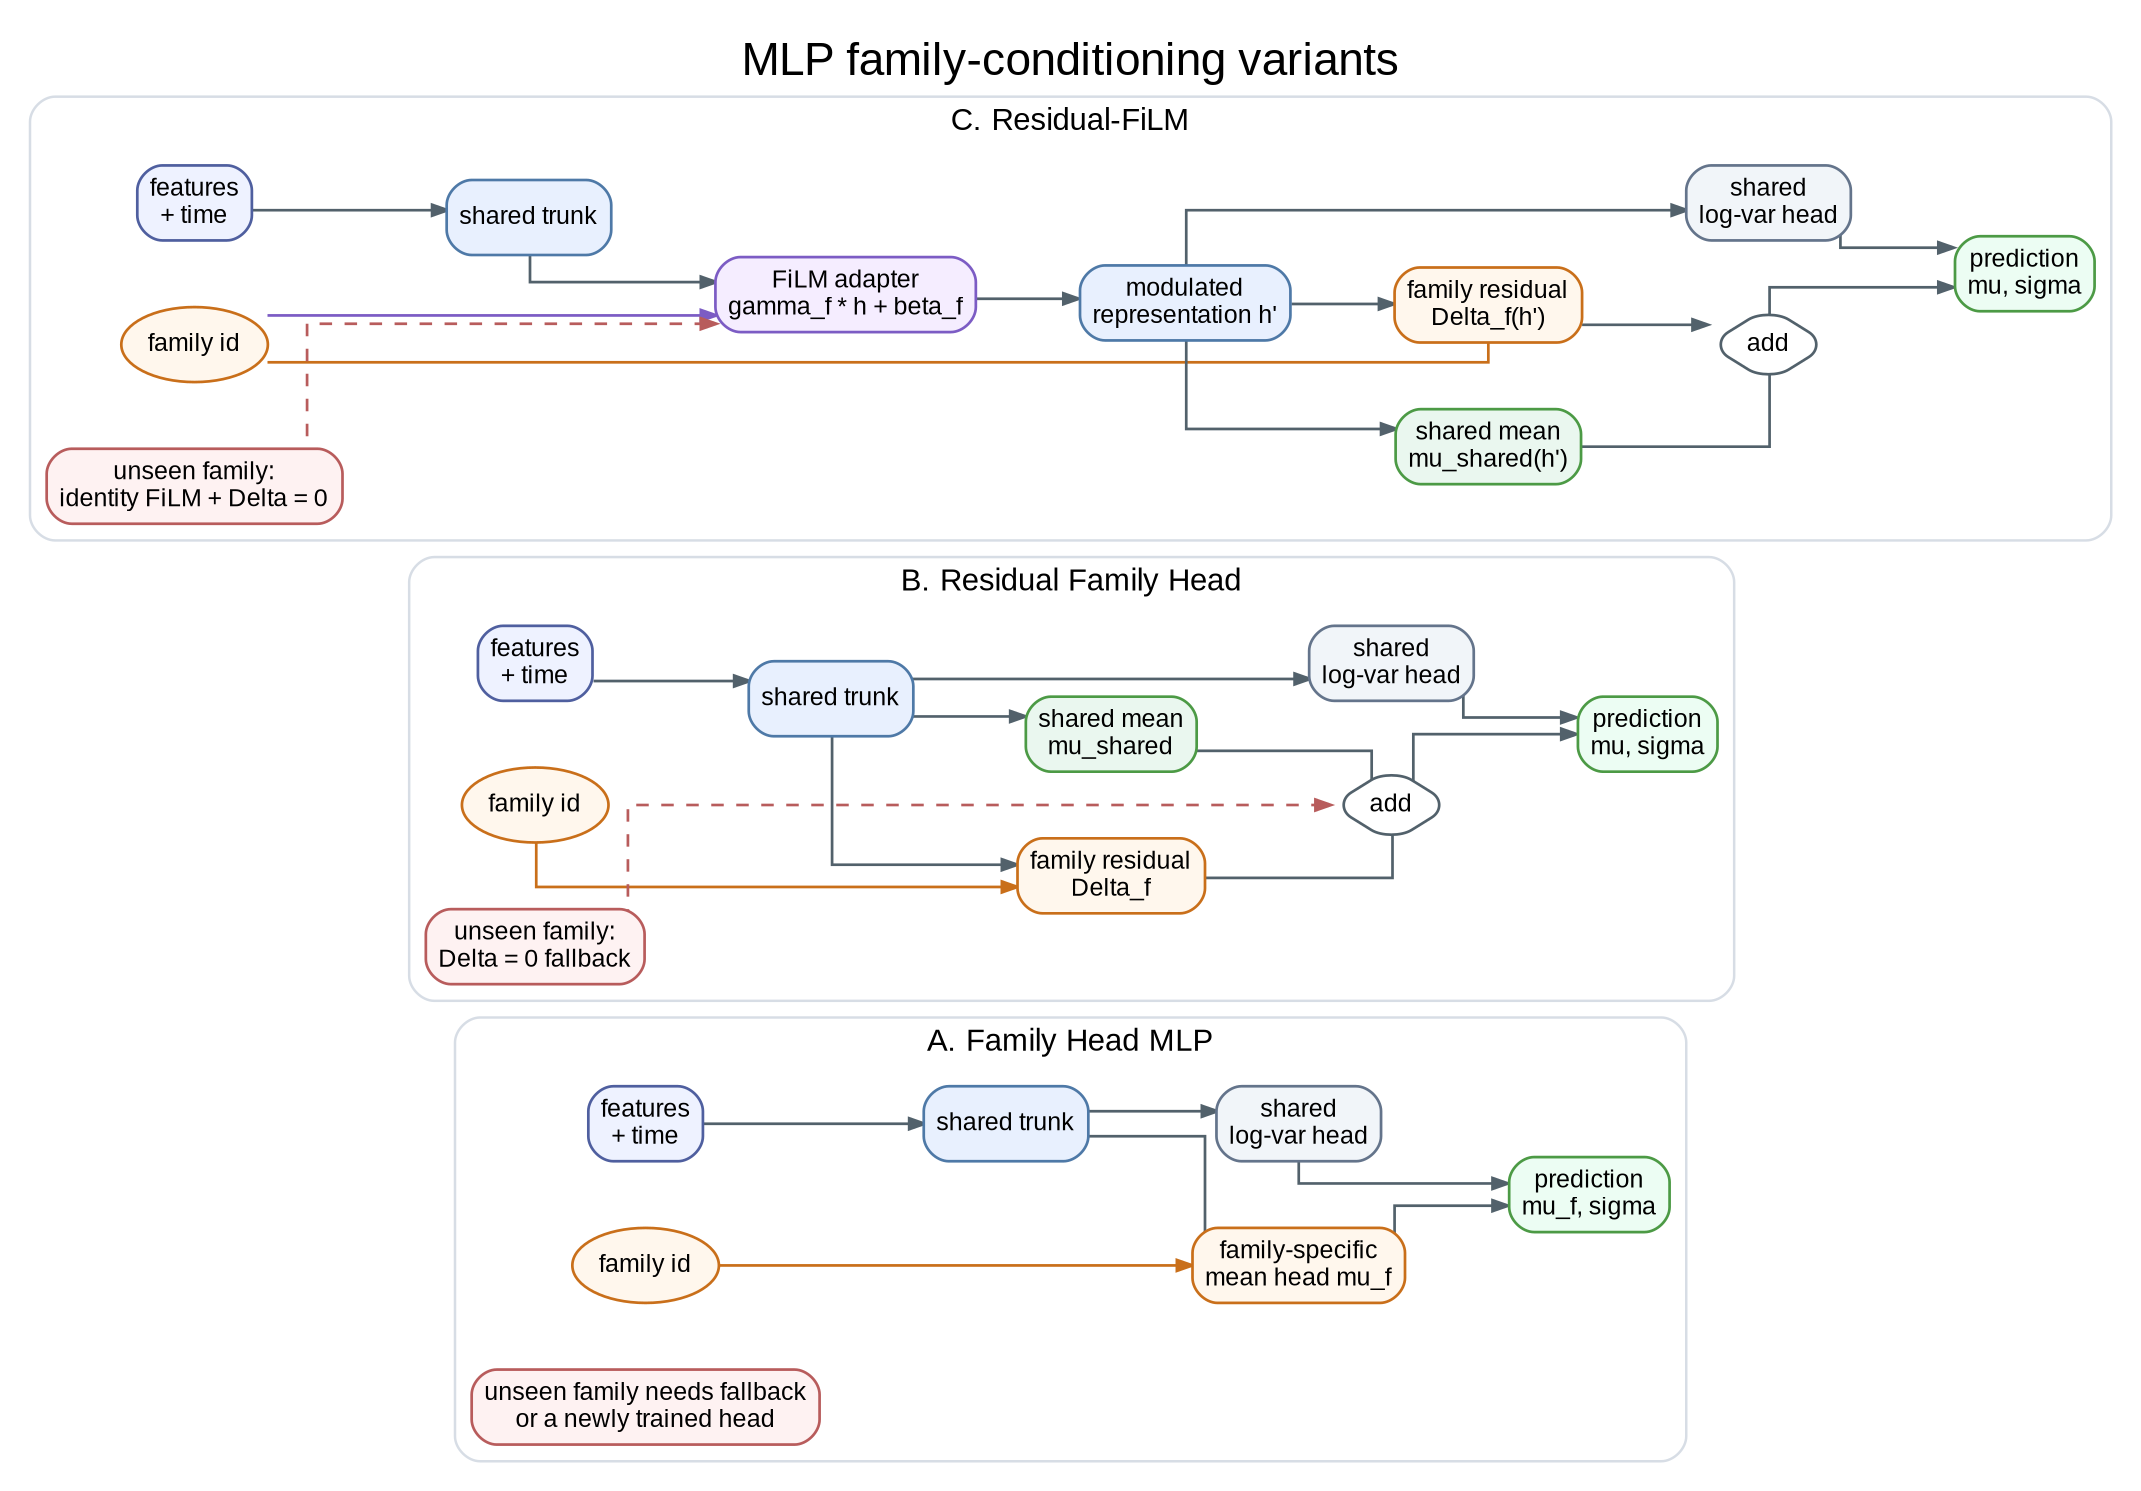
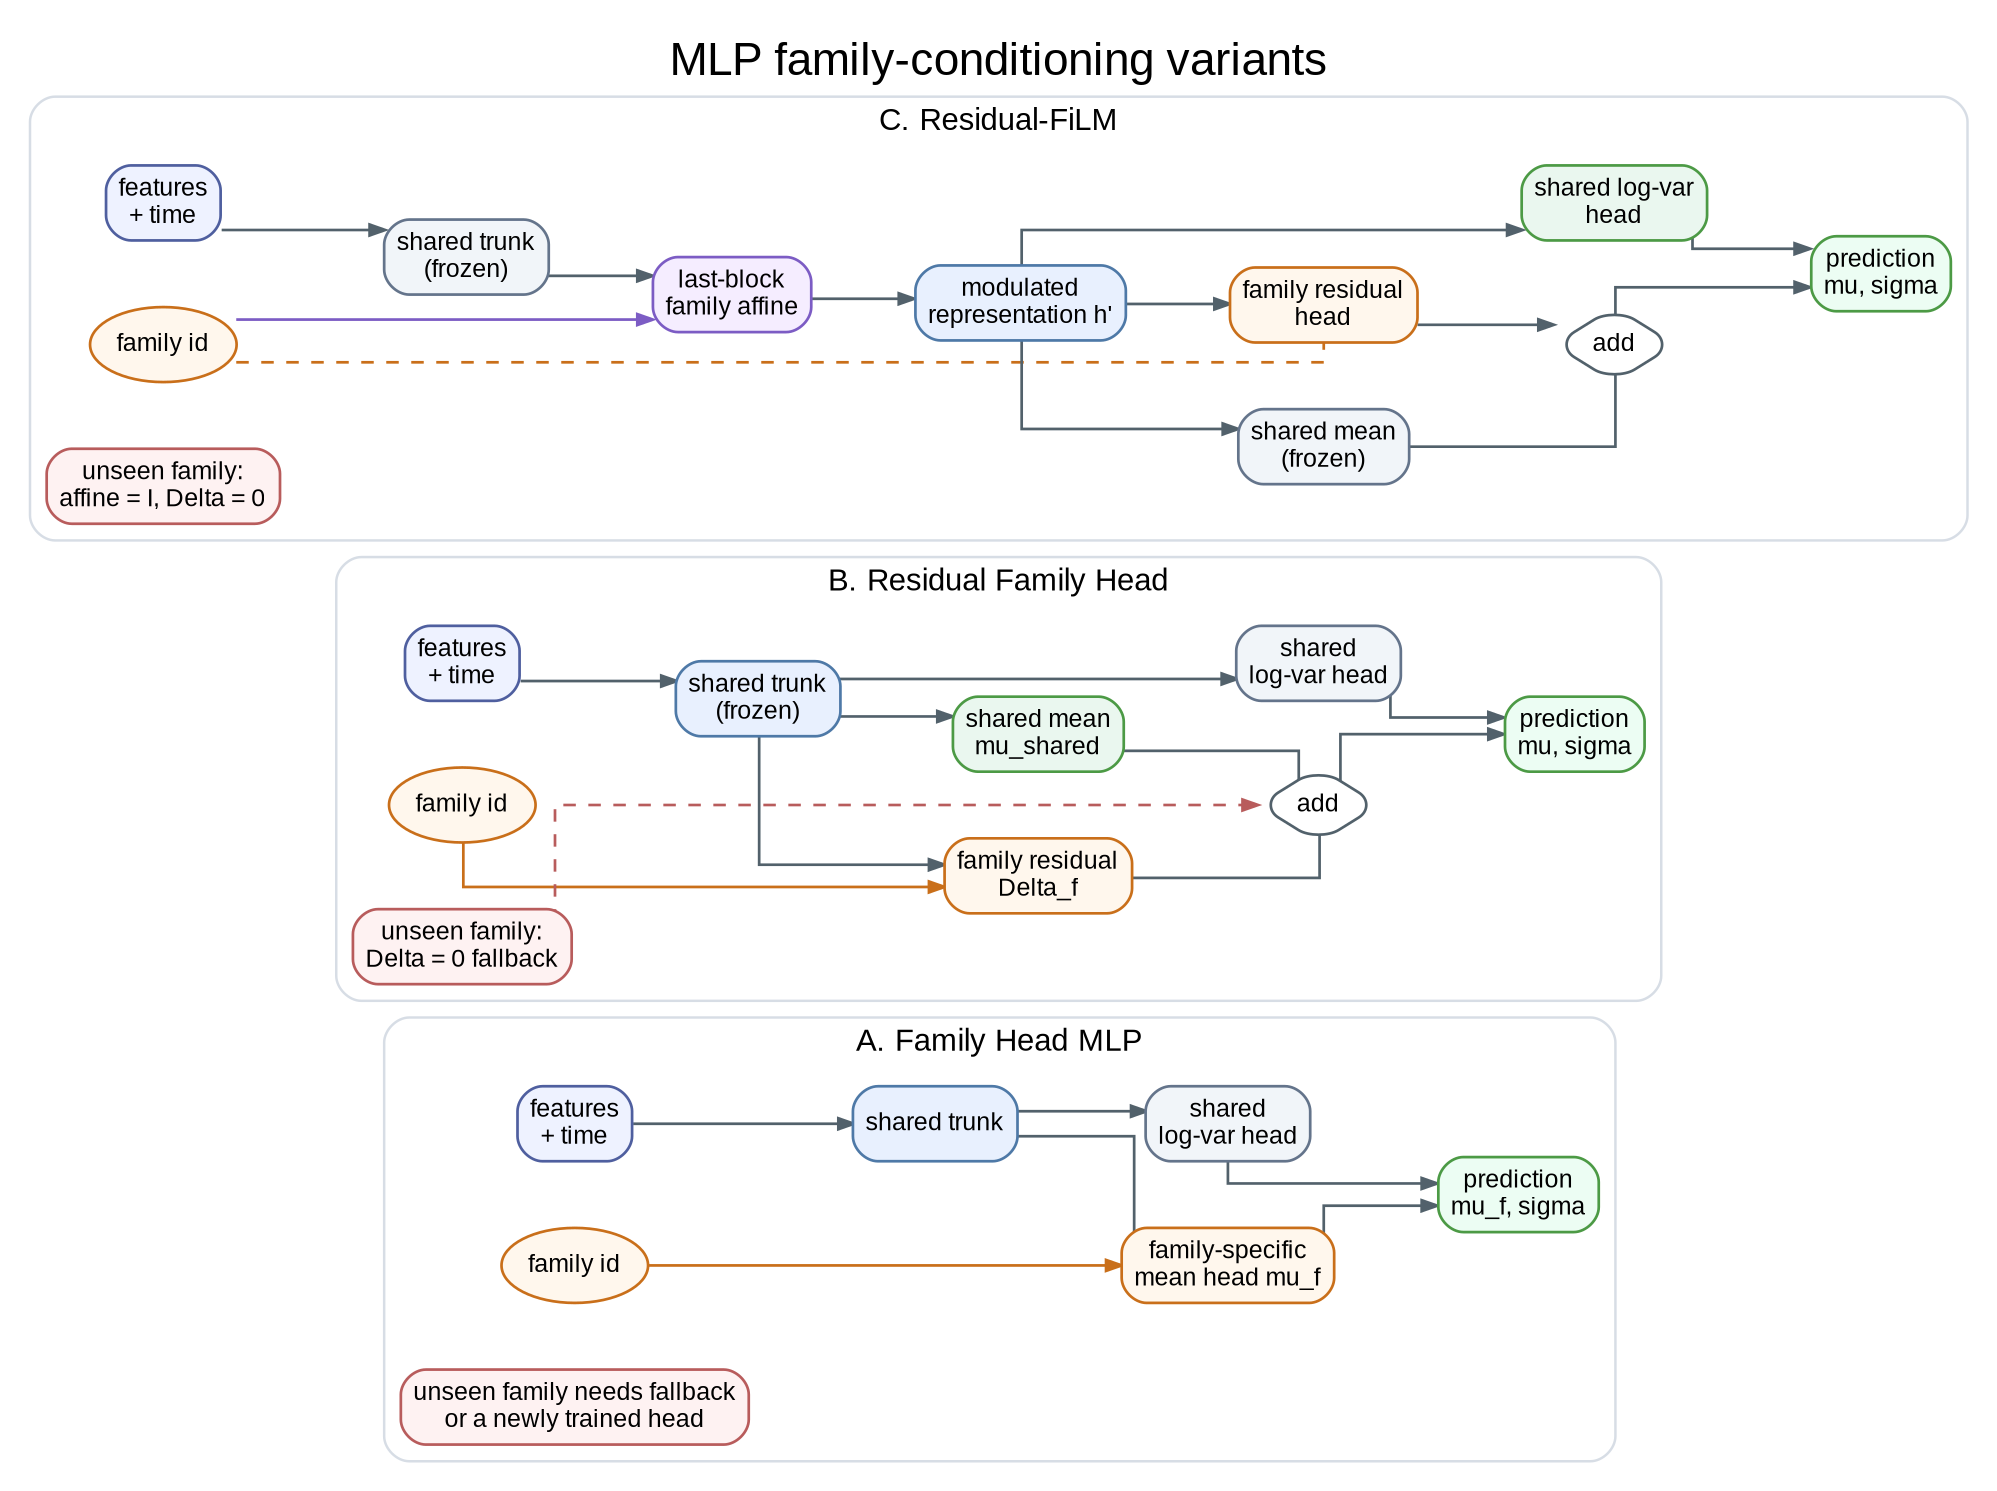
digraph MLPFamilyConditioning {
  graph [
    rankdir=LR,
    bgcolor="white",
    pad="0.20",
    nodesep="0.45",
    ranksep="0.70",
    splines=ortho,
    pack=true,
    packmode="array_u3",
    outputorder=edgesfirst,
    fontname="Arial",
    label="MLP family-conditioning variants",
    labelloc=t,
    fontsize=22
  ];

  node [
    shape=box,
    style="rounded,filled",
    fontname="Arial",
    fontsize=12,
    color="#52616b",
    penwidth=1.3,
    fillcolor="#f8fafc",
    margin="0.09,0.06"
  ];

  edge [
    color="#52616b",
    arrowsize=0.75,
    penwidth=1.3,
    fontname="Arial",
    fontsize=10
  ];

  subgraph cluster_family_head {
    label="A. Family Head MLP";
    color="#d7dde5";
    penwidth=1.2;
    style="rounded";
    fontname="Arial";
    fontsize=15;

    fh_input [label="features\n+ time", fillcolor="#eef2ff", color="#4f5f9f"];
    fh_family [label="family id", shape=ellipse, fillcolor="#fff7ed", color="#c96f1a"];
    fh_trunk [label="shared trunk", fillcolor="#e8f0fe", color="#4e79a7"];
    fh_heads [label="family-specific\nmean head mu_f", fillcolor="#fff7ed", color="#c96f1a"];
    fh_var [label="shared\nlog-var head", fillcolor="#f1f5f9", color="#64748b"];
    fh_out [label="prediction\nmu_f, sigma", fillcolor="#ecfdf3", color="#4c9a45"];
    fh_note [label="unseen family needs fallback\nor a newly trained head", fillcolor="#fef2f2", color="#b85c5c"];

    { rank=same; fh_input; fh_family; }
    fh_input:e -> fh_trunk:w;
    fh_family:e -> fh_heads:w [color="#c96f1a", constraint=false];
    fh_trunk:e -> fh_heads:w;
    fh_trunk:e -> fh_var:w;
    fh_heads:e -> fh_out:w;
    fh_var:e -> fh_out:w;
    // No deployment arrow here: the absence of a clean unseen-family fallback
    // is the family-head caveat.
  }

  subgraph cluster_residual_fh {
    label="B. Residual Family Head";
    color="#d7dde5";
    penwidth=1.2;
    style="rounded";
    fontname="Arial";
    fontsize=15;

    rfh_input [label="features\n+ time", fillcolor="#eef2ff", color="#4f5f9f"];
    rfh_family [label="family id", shape=ellipse, fillcolor="#fff7ed", color="#c96f1a"];
-     rfh_trunk [label="shared trunk", fillcolor="#e8f0fe", color="#4e79a7"];
+     rfh_trunk [label="shared trunk\n(frozen)", fillcolor="#e8f0fe", color="#4e79a7"];
    rfh_shared [label="shared mean\nmu_shared", fillcolor="#eaf7ef", color="#4c9a45"];
    rfh_delta [label="family residual\nDelta_f", fillcolor="#fff7ed", color="#c96f1a"];
    rfh_sum [label="add", shape=diamond, fillcolor="#ffffff", color="#52616b"];
    rfh_var [label="shared\nlog-var head", fillcolor="#f1f5f9", color="#64748b"];
    rfh_out [label="prediction\nmu, sigma", fillcolor="#ecfdf3", color="#4c9a45"];
    rfh_note [label="unseen family:\nDelta = 0 fallback", fillcolor="#fef2f2", color="#b85c5c"];

    { rank=same; rfh_input; rfh_family; }
    rfh_input:e -> rfh_trunk:w;
    rfh_family:e -> rfh_delta:w [color="#c96f1a", constraint=false];
    rfh_trunk:e -> rfh_shared:w;
    rfh_trunk:e -> rfh_delta:w;
    rfh_shared:e -> rfh_sum:w;
    rfh_delta:e -> rfh_sum:w;
    rfh_sum:e -> rfh_out:w;
    rfh_trunk:e -> rfh_var:w;
    rfh_var:e -> rfh_out:w;
    rfh_note:e -> rfh_sum:w [style=dashed, color="#b85c5c", constraint=false, xlabel="Delta=0"];
  }

  subgraph cluster_residual_film {
    label="C. Residual-FiLM";
    color="#d7dde5";
    penwidth=1.2;
    style="rounded";
    fontname="Arial";
    fontsize=15;

    film_input [label="features\n+ time", fillcolor="#eef2ff", color="#4f5f9f"];
    film_family [label="family id", shape=ellipse, fillcolor="#fff7ed", color="#c96f1a"];
-     film_trunk_a [label="shared trunk", fillcolor="#e8f0fe", color="#4e79a7"];
-     film_adapter [label="FiLM adapter\ngamma_f * h + beta_f", fillcolor="#f5edff", color="#7c5cc4"];
+     film_trunk_a [label="shared trunk\n(frozen)", fillcolor="#f1f5f9", color="#64748b"];
+     film_adapter [label="last-block\nfamily affine", fillcolor="#f5edff", color="#7c5cc4"];
    film_trunk_b [label="modulated\nrepresentation h'", fillcolor="#e8f0fe", color="#4e79a7"];
-     film_shared [label="shared mean\nmu_shared(h')", fillcolor="#eaf7ef", color="#4c9a45"];
-     film_delta [label="family residual\nDelta_f(h')", fillcolor="#fff7ed", color="#c96f1a"];
+     film_shared [label="shared mean\n(frozen)", fillcolor="#f1f5f9", color="#64748b"];
+     film_delta [label="family residual\nhead", fillcolor="#fff7ed", color="#c96f1a"];
    film_sum [label="add", shape=diamond, fillcolor="#ffffff", color="#52616b"];
-     film_var [label="shared\nlog-var head", fillcolor="#f1f5f9", color="#64748b"];
+     film_var [label="shared log-var\nhead", fillcolor="#eaf7ef", color="#4c9a45"];
    film_out [label="prediction\nmu, sigma", fillcolor="#ecfdf3", color="#4c9a45"];
-     film_note [label="unseen family:\nidentity FiLM + Delta = 0", fillcolor="#fef2f2", color="#b85c5c"];
+     film_note [label="unseen family:\naffine = I, Delta = 0", fillcolor="#fef2f2", color="#b85c5c"];

    { rank=same; film_input; film_family; }
    film_input:e -> film_trunk_a:w;
    film_family:e -> film_adapter:w [color="#7c5cc4", constraint=false];
-     film_family:e -> film_delta:w [color="#c96f1a", constraint=false];
+     film_family:e -> film_delta:w [style=dashed, color="#c96f1a", constraint=false];
    film_trunk_a:e -> film_adapter:w;
    film_adapter:e -> film_trunk_b:w;
    film_trunk_b:e -> film_shared:w;
    film_trunk_b:e -> film_delta:w;
+     film_trunk_b:e -> film_var:w;
    film_shared:e -> film_sum:w;
    film_delta:e -> film_sum:w;
    film_sum:e -> film_out:w;
-     film_trunk_b:e -> film_var:w;
    film_var:e -> film_out:w;
-     film_note:e -> film_adapter:w [style=dashed, color="#b85c5c", constraint=false, xlabel="identity"];
  }
}
